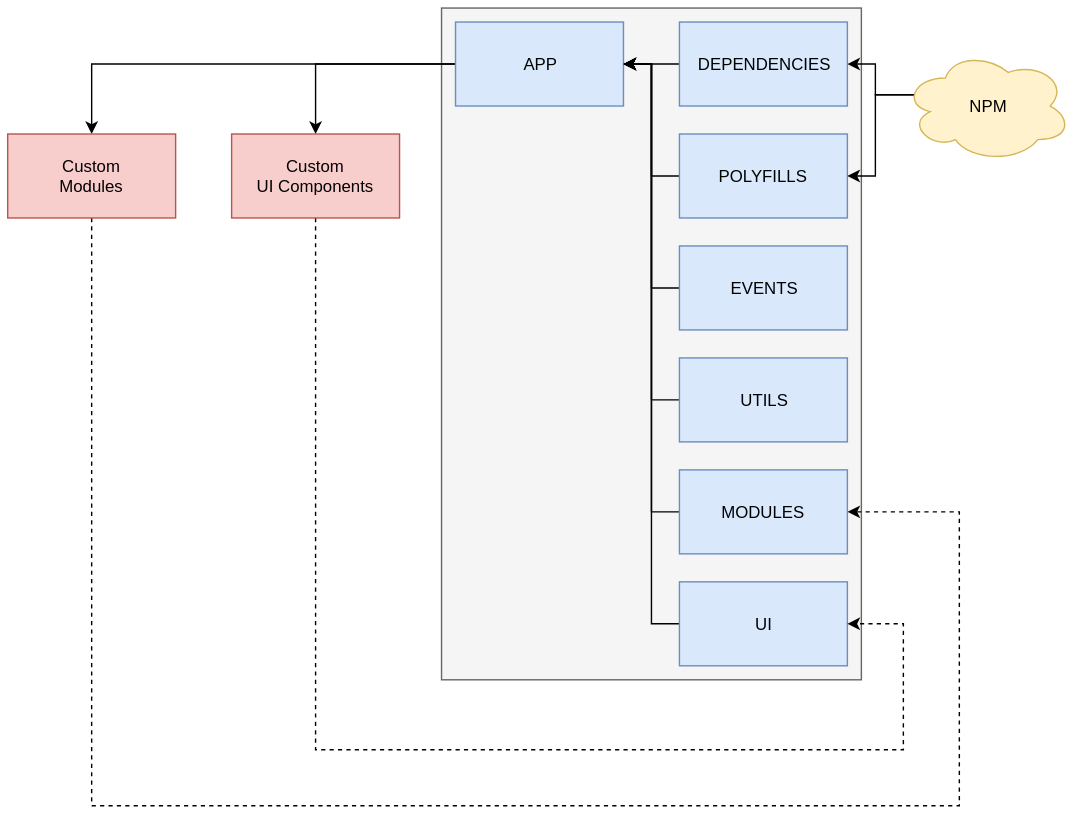
Above: app-structure.svg in sfi0zy/promo-core (draw.io), before the change. Source tidied: cells renumbered, new cells last; positions are measured from the earlier drawing's top-left corner, leaving out a move shared by most shapes. The source it was exported from:
```xml
<mxGraphModel>
  <root>
    <mxCell id="0" />
    <mxCell id="1" parent="0" />
    <mxCell id="2" style="rounded=0;whiteSpace=wrap;html=1;fillColor=#f5f5f5;strokeColor=#666666;fontColor=#333333;" parent="1" vertex="1">
      <mxGeometry x="310" width="300" height="480" as="geometry" />
    </mxCell>
    <mxCell id="3" style="edgeStyle=orthogonalEdgeStyle;rounded=0;jettySize=auto;html=1;exitX=0;exitY=0.5;exitDx=0;exitDy=0;entryX=0.5;entryY=0;entryDx=0;entryDy=0;" parent="1" edge="1" source="5" target="20">
      <mxGeometry relative="1" as="geometry" />
    </mxCell>
    <mxCell id="4" style="edgeStyle=orthogonalEdgeStyle;rounded=0;jettySize=auto;html=1;exitX=0;exitY=0.5;exitDx=0;exitDy=0;entryX=0.5;entryY=0;entryDx=0;entryDy=0;" parent="1" edge="1" source="5" target="22">
      <mxGeometry relative="1" as="geometry" />
    </mxCell>
    <mxCell id="5" value="APP" style="rounded=0;whiteSpace=wrap;html=1;fillColor=#dae8fc;strokeColor=#6c8ebf;" parent="1" vertex="1">
      <mxGeometry x="320" y="10" width="120" height="60" as="geometry" />
    </mxCell>
    <mxCell id="6" style="edgeStyle=orthogonalEdgeStyle;rounded=0;jettySize=auto;html=1;exitX=0;exitY=0.5;exitDx=0;exitDy=0;entryX=1;entryY=0.5;entryDx=0;entryDy=0;" parent="1" edge="1" source="7" target="5">
      <mxGeometry relative="1" as="geometry" />
    </mxCell>
    <mxCell id="7" value="DEPENDENCIES" style="rounded=0;whiteSpace=wrap;html=1;fillColor=#dae8fc;strokeColor=#6c8ebf;" parent="1" vertex="1">
      <mxGeometry x="480" y="10" width="120" height="60" as="geometry" />
    </mxCell>
    <mxCell id="8" style="edgeStyle=orthogonalEdgeStyle;rounded=0;jettySize=auto;html=1;exitX=0;exitY=0.5;exitDx=0;exitDy=0;entryX=1;entryY=0.5;entryDx=0;entryDy=0;" parent="1" edge="1" source="9" target="5">
      <mxGeometry relative="1" as="geometry" />
    </mxCell>
    <mxCell id="9" value="POLYFILLS" style="rounded=0;whiteSpace=wrap;html=1;fillColor=#dae8fc;strokeColor=#6c8ebf;" parent="1" vertex="1">
      <mxGeometry x="480" y="90" width="120" height="60" as="geometry" />
    </mxCell>
    <mxCell id="10" style="edgeStyle=orthogonalEdgeStyle;rounded=0;jettySize=auto;html=1;exitX=0;exitY=0.5;exitDx=0;exitDy=0;entryX=1;entryY=0.5;entryDx=0;entryDy=0;" parent="1" edge="1" source="11" target="5">
      <mxGeometry relative="1" as="geometry" />
    </mxCell>
    <mxCell id="11" value="EVENTS" style="rounded=0;whiteSpace=wrap;html=1;fillColor=#dae8fc;strokeColor=#6c8ebf;" parent="1" vertex="1">
      <mxGeometry x="480" y="170" width="120" height="60" as="geometry" />
    </mxCell>
    <mxCell id="12" style="edgeStyle=orthogonalEdgeStyle;rounded=0;jettySize=auto;html=1;exitX=0;exitY=0.5;exitDx=0;exitDy=0;entryX=1;entryY=0.5;entryDx=0;entryDy=0;" parent="1" edge="1" source="13" target="5">
      <mxGeometry relative="1" as="geometry" />
    </mxCell>
    <mxCell id="13" value="UI" style="rounded=0;whiteSpace=wrap;html=1;fillColor=#dae8fc;strokeColor=#6c8ebf;" parent="1" vertex="1">
      <mxGeometry x="480" y="410" width="120" height="60" as="geometry" />
    </mxCell>
    <mxCell id="14" style="edgeStyle=orthogonalEdgeStyle;rounded=0;jettySize=auto;html=1;exitX=0;exitY=0.5;exitDx=0;exitDy=0;entryX=1;entryY=0.5;entryDx=0;entryDy=0;" parent="1" edge="1" source="15" target="5">
      <mxGeometry relative="1" as="geometry" />
    </mxCell>
    <mxCell id="15" value="UTILS" style="rounded=0;whiteSpace=wrap;html=1;fillColor=#dae8fc;strokeColor=#6c8ebf;" parent="1" vertex="1">
      <mxGeometry x="480" y="250" width="120" height="60" as="geometry" />
    </mxCell>
    <mxCell id="16" style="edgeStyle=orthogonalEdgeStyle;rounded=0;jettySize=auto;html=1;exitX=0.07;exitY=0.4;exitDx=0;exitDy=0;exitPerimeter=0;entryX=1;entryY=0.5;entryDx=0;entryDy=0;" parent="1" edge="1" source="18" target="7">
      <mxGeometry relative="1" as="geometry" />
    </mxCell>
    <mxCell id="17" style="edgeStyle=orthogonalEdgeStyle;rounded=0;jettySize=auto;html=1;exitX=0.07;exitY=0.4;exitDx=0;exitDy=0;exitPerimeter=0;entryX=1;entryY=0.5;entryDx=0;entryDy=0;" parent="1" edge="1" source="18" target="9">
      <mxGeometry relative="1" as="geometry" />
    </mxCell>
    <mxCell id="18" value="NPM" style="ellipse;shape=cloud;whiteSpace=wrap;html=1;fillColor=#fff2cc;strokeColor=#d6b656;" parent="1" vertex="1">
      <mxGeometry x="640" y="30" width="120" height="80" as="geometry" />
    </mxCell>
    <mxCell id="19" style="edgeStyle=orthogonalEdgeStyle;rounded=0;jettySize=auto;html=1;exitX=0.5;exitY=1;exitDx=0;exitDy=0;entryX=1;entryY=0.5;entryDx=0;entryDy=0;dashed=1;" parent="1" edge="1" source="20" target="24">
      <mxGeometry relative="1" as="geometry">
        <Array as="points">
          <mxPoint x="60" y="570" />
          <mxPoint x="680" y="570" />
          <mxPoint x="680" y="360" />
        </Array>
      </mxGeometry>
    </mxCell>
    <mxCell id="20" value="Custom&lt;br&gt;Modules" style="rounded=0;whiteSpace=wrap;html=1;fillColor=#f8cecc;strokeColor=#b85450;" parent="1" vertex="1">
      <mxGeometry y="90" width="120" height="60" as="geometry" />
    </mxCell>
    <mxCell id="21" style="edgeStyle=orthogonalEdgeStyle;rounded=0;jettySize=auto;html=1;exitX=0.5;exitY=1;exitDx=0;exitDy=0;entryX=1;entryY=0.5;entryDx=0;entryDy=0;dashed=1;" parent="1" edge="1" source="22" target="13">
      <mxGeometry relative="1" as="geometry">
        <Array as="points">
          <mxPoint x="220" y="530" />
          <mxPoint x="640" y="530" />
          <mxPoint x="640" y="440" />
        </Array>
      </mxGeometry>
    </mxCell>
    <mxCell id="22" value="Custom&lt;br&gt;UI Components" style="rounded=0;whiteSpace=wrap;html=1;fillColor=#f8cecc;strokeColor=#b85450;" parent="1" vertex="1">
      <mxGeometry x="160" y="90" width="120" height="60" as="geometry" />
    </mxCell>
    <mxCell id="23" style="edgeStyle=orthogonalEdgeStyle;rounded=0;jettySize=auto;html=1;exitX=0;exitY=0.5;exitDx=0;exitDy=0;entryX=1;entryY=0.5;entryDx=0;entryDy=0;" parent="1" edge="1" source="24" target="5">
      <mxGeometry relative="1" as="geometry" />
    </mxCell>
    <mxCell id="24" value="MODULES" style="rounded=0;whiteSpace=wrap;html=1;fillColor=#dae8fc;strokeColor=#6c8ebf;" parent="1" vertex="1">
      <mxGeometry x="480" y="330" width="120" height="60" as="geometry" />
    </mxCell>
  </root>
</mxGraphModel>
```
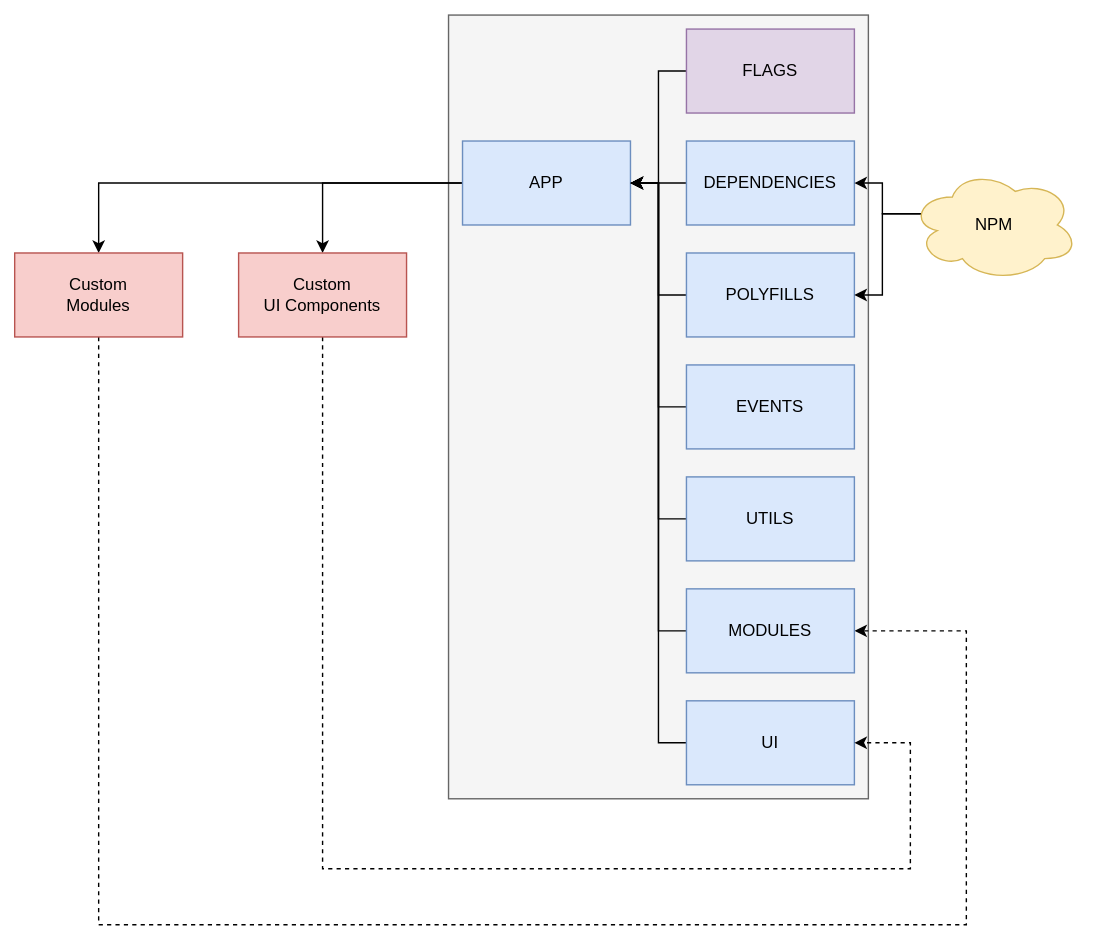
The same file after the commit.

Commit message:
Add FLAGS to the APP

Change to the diagram source:
```diff
@@ -3,7 +3,7 @@
     <mxCell id="0" />
     <mxCell id="1" parent="0" />
     <mxCell id="2" style="rounded=0;whiteSpace=wrap;html=1;fillColor=#f5f5f5;strokeColor=#666666;fontColor=#333333;" parent="1" vertex="1">
-      <mxGeometry x="310" width="300" height="480" as="geometry" />
+      <mxGeometry x="310" y="-80" width="300" height="560" as="geometry" />
     </mxCell>
     <mxCell id="3" style="edgeStyle=orthogonalEdgeStyle;rounded=0;jettySize=auto;html=1;exitX=0;exitY=0.5;exitDx=0;exitDy=0;entryX=0.5;entryY=0;entryDx=0;entryDy=0;" parent="1" edge="1" source="5" target="20">
       <mxGeometry relative="1" as="geometry" />
@@ -83,5 +83,11 @@
     <mxCell id="24" value="MODULES" style="rounded=0;whiteSpace=wrap;html=1;fillColor=#dae8fc;strokeColor=#6c8ebf;" parent="1" vertex="1">
       <mxGeometry x="480" y="330" width="120" height="60" as="geometry" />
     </mxCell>
+    <mxCell id="25" style="edgeStyle=orthogonalEdgeStyle;rounded=0;jettySize=auto;html=1;exitX=0;exitY=0.5;exitDx=0;exitDy=0;entryX=1;entryY=0.5;entryDx=0;entryDy=0;" parent="1" edge="1" source="26" target="5">
+      <mxGeometry relative="1" as="geometry" />
+    </mxCell>
+    <mxCell id="26" value="FLAGS" style="rounded=0;whiteSpace=wrap;html=1;fillColor=#e1d5e7;strokeColor=#9673a6;" parent="1" vertex="1">
+      <mxGeometry x="480" y="-70" width="120" height="60" as="geometry" />
+    </mxCell>
   </root>
 </mxGraphModel>
```
